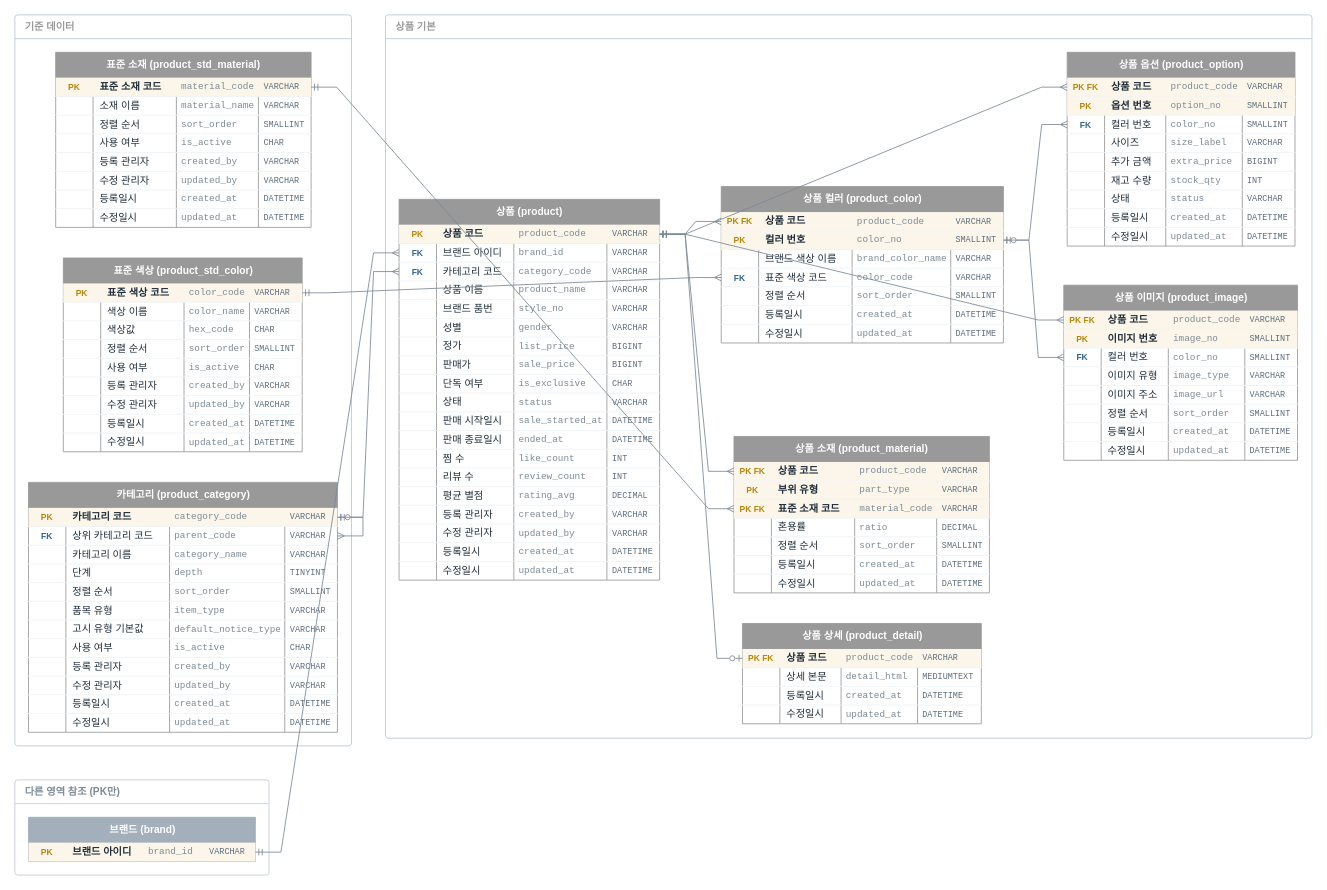
Before: page "상품" (4 of 4) of docs/erd.drawio in jjonong/fashion-shoppingmall, a draw.io diagram. Source tidied: cells renumbered, new cells numbered last; positions are measured from the earlier drawing's top-left corner, leaving out a move shared by most shapes. Both pictures are drawn from the tidied source at 85%, with x=0, y=0 at pixel (14, 14).
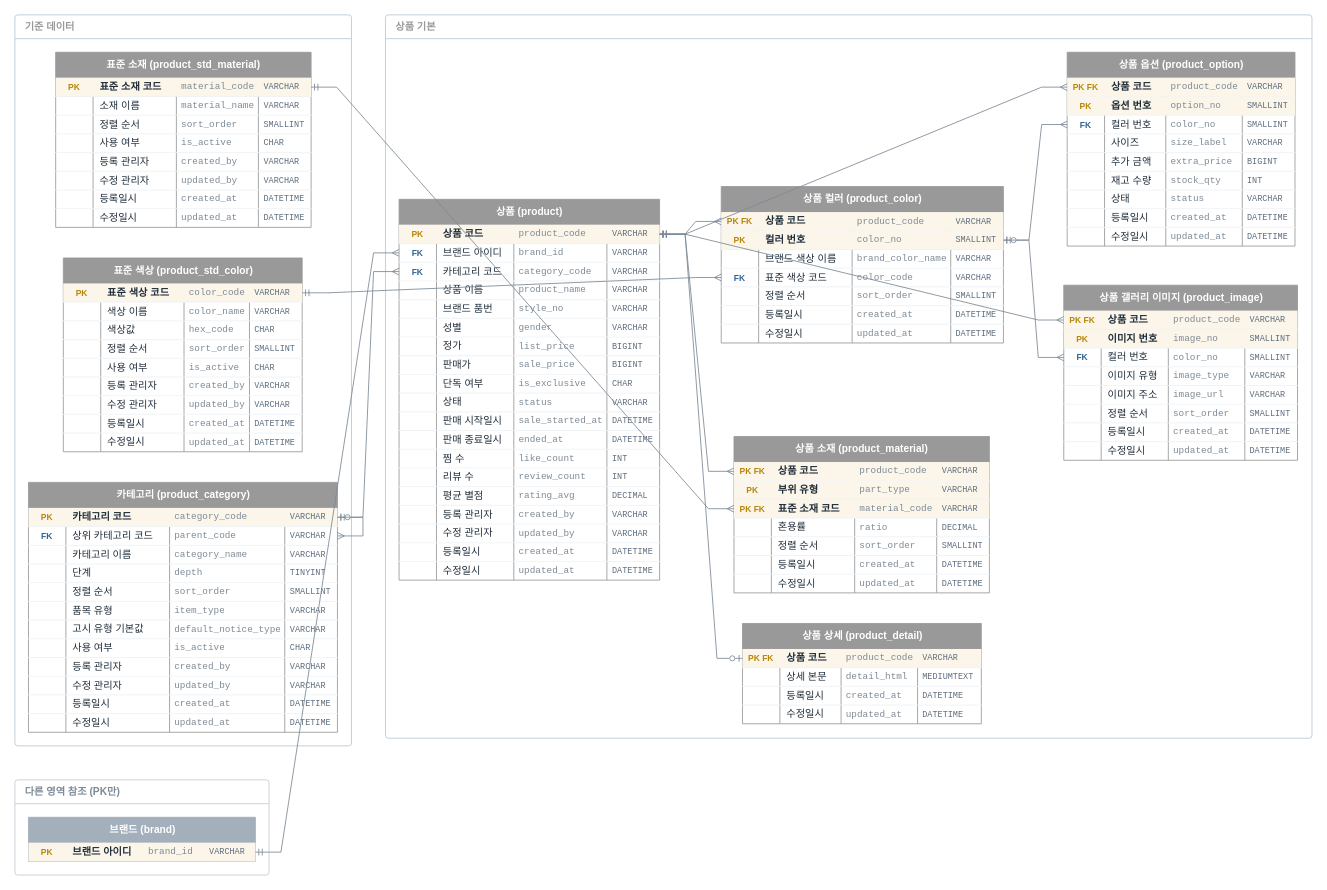
The same diagram, later.

Unchanged cells that the change refers to:
```xml
<mxCell id="151" value="상품 기본" style="swimlane;startSize=28;rounded=1;arcSize=4;fillColor=none;swimlaneFillColor=none;strokeColor=#b9c7d6;fontColor=#999999;fontStyle=1;align=left;spacingLeft=10;html=1;" parent="1" vertex="1">
  <mxGeometry x="436" width="1090" height="851" as="geometry" />
</mxCell>
```

Diff of the diagram source:
```diff
@@
-    <mxCell id="330" value="상품 이미지 (product_image)" style="shape=table;startSize=30;childLayout=tableLayout;rowLines=0;fontStyle=1;align=center;html=1;fillColor=#999999;fontColor=#ffffff;strokeColor=#999999;swimlaneFillColor=#ffffff;" parent="151" vertex="1">
+    <mxCell id="330" value="상품 갤러리 이미지 (product_image)" style="shape=table;startSize=30;childLayout=tableLayout;rowLines=0;fontStyle=1;align=center;html=1;fillColor=#999999;fontColor=#ffffff;strokeColor=#999999;swimlaneFillColor=#ffffff;" parent="151" vertex="1">
       <mxGeometry x="798" y="318" width="275" height="206" as="geometry" />
     </mxCell>
```
